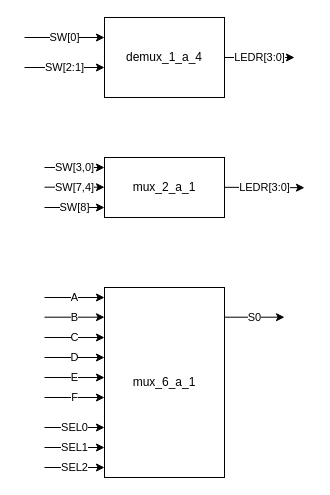
The draw.io diagram page "Muxes y Demuxes" (3 of 3) of media/Designs.drawio in carloszlopez/DigitalDesignClass, before the edit. Source tidied: cells renumbered, new cells numbered last; positions are measured from the earlier drawing's top-left corner, leaving out a move shared by most shapes. Both pictures are drawn from the tidied source at 100%, with x=0, y=0 at pixel (24, 17).
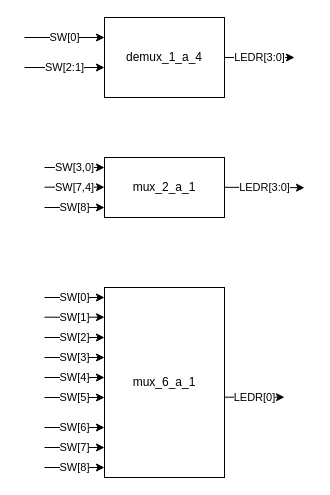
After the change.

Commit message (it also covers changes not shown here):
mux_6_a_1 cleanup. Missing logic gates diagrams.

Diff of the diagram source:
```diff
@@
-    <mxCell id="8" value="A" style="endArrow=classic;html=1;rounded=0;entryX=0;entryY=0.5;entryDx=0;entryDy=0;" parent="1" edge="1">
+    <mxCell id="8" value="SW[0]" style="endArrow=classic;html=1;rounded=0;entryX=0;entryY=0.5;entryDx=0;entryDy=0;" parent="1" edge="1">
       <mxGeometry relative="1" as="geometry">
         <mxPoint x="20" y="280" as="sourcePoint" />
         <mxPoint x="80" y="280" as="targetPoint" />
       </mxGeometry>
     </mxCell>
-    <mxCell id="9" value="B" style="endArrow=classic;html=1;rounded=0;entryX=0;entryY=0.5;entryDx=0;entryDy=0;" parent="1" edge="1">
+    <mxCell id="9" value="SW[1]" style="endArrow=classic;html=1;rounded=0;entryX=0;entryY=0.5;entryDx=0;entryDy=0;" parent="1" edge="1">
       <mxGeometry relative="1" as="geometry">
         <mxPoint x="20" y="299.7" as="sourcePoint" />
         <mxPoint x="80" y="299.7" as="targetPoint" />
       </mxGeometry>
     </mxCell>
-    <mxCell id="10" value="S0" style="endArrow=classic;html=1;rounded=0;entryX=0;entryY=0.5;entryDx=0;entryDy=0;" parent="1" edge="1">
+    <mxCell id="10" value="LEDR[0]" style="endArrow=classic;html=1;rounded=0;entryX=0;entryY=0.5;entryDx=0;entryDy=0;" parent="1" edge="1">
       <mxGeometry relative="1" as="geometry">
-        <mxPoint x="200" y="299.7" as="sourcePoint" />
-        <mxPoint x="260" y="299.7" as="targetPoint" />
+        <mxPoint x="200" y="379.7" as="sourcePoint" />
+        <mxPoint x="260" y="379.7" as="targetPoint" />
       </mxGeometry>
     </mxCell>
-    <mxCell id="11" value="SEL1" style="endArrow=classic;html=1;rounded=0;entryX=0;entryY=0.5;entryDx=0;entryDy=0;" parent="1" edge="1">
+    <mxCell id="11" value="SW[7]" style="endArrow=classic;html=1;rounded=0;entryX=0;entryY=0.5;entryDx=0;entryDy=0;" parent="1" edge="1">
       <mxGeometry relative="1" as="geometry">
         <mxPoint x="20" y="430" as="sourcePoint" />
         <mxPoint x="80" y="430" as="targetPoint" />
       </mxGeometry>
     </mxCell>
-    <mxCell id="12" value="C" style="endArrow=classic;html=1;rounded=0;entryX=0;entryY=0.5;entryDx=0;entryDy=0;" parent="1" edge="1">
+    <mxCell id="12" value="SW[2]" style="endArrow=classic;html=1;rounded=0;entryX=0;entryY=0.5;entryDx=0;entryDy=0;" parent="1" edge="1">
       <mxGeometry relative="1" as="geometry">
         <mxPoint x="20" y="320" as="sourcePoint" />
         <mxPoint x="80" y="320" as="targetPoint" />
       </mxGeometry>
     </mxCell>
-    <mxCell id="13" value="D" style="endArrow=classic;html=1;rounded=0;entryX=0;entryY=0.5;entryDx=0;entryDy=0;" parent="1" edge="1">
+    <mxCell id="13" value="SW[3]" style="endArrow=classic;html=1;rounded=0;entryX=0;entryY=0.5;entryDx=0;entryDy=0;" parent="1" edge="1">
       <mxGeometry relative="1" as="geometry">
         <mxPoint x="20" y="340" as="sourcePoint" />
         <mxPoint x="80" y="340" as="targetPoint" />
       </mxGeometry>
     </mxCell>
-    <mxCell id="14" value="E" style="endArrow=classic;html=1;rounded=0;entryX=0;entryY=0.5;entryDx=0;entryDy=0;" parent="1" edge="1">
+    <mxCell id="14" value="SW[4]" style="endArrow=classic;html=1;rounded=0;entryX=0;entryY=0.5;entryDx=0;entryDy=0;" parent="1" edge="1">
       <mxGeometry relative="1" as="geometry">
         <mxPoint x="20" y="360" as="sourcePoint" />
         <mxPoint x="80" y="360" as="targetPoint" />
       </mxGeometry>
     </mxCell>
-    <mxCell id="15" value="F" style="endArrow=classic;html=1;rounded=0;entryX=0;entryY=0.5;entryDx=0;entryDy=0;" parent="1" edge="1">
+    <mxCell id="15" value="SW[5]" style="endArrow=classic;html=1;rounded=0;entryX=0;entryY=0.5;entryDx=0;entryDy=0;" parent="1" edge="1">
       <mxGeometry relative="1" as="geometry">
         <mxPoint x="20" y="380" as="sourcePoint" />
         <mxPoint x="80" y="380" as="targetPoint" />
       </mxGeometry>
     </mxCell>
-    <mxCell id="16" value="SEL0" style="endArrow=classic;html=1;rounded=0;entryX=0;entryY=0.5;entryDx=0;entryDy=0;" parent="1" edge="1">
+    <mxCell id="16" value="SW[6]" style="endArrow=classic;html=1;rounded=0;entryX=0;entryY=0.5;entryDx=0;entryDy=0;" parent="1" edge="1">
       <mxGeometry relative="1" as="geometry">
         <mxPoint x="20" y="410" as="sourcePoint" />
         <mxPoint x="80" y="410" as="targetPoint" />
       </mxGeometry>
     </mxCell>
-    <mxCell id="17" value="SEL2" style="endArrow=classic;html=1;rounded=0;entryX=0;entryY=0.5;entryDx=0;entryDy=0;" parent="1" edge="1">
+    <mxCell id="17" value="SW[8]" style="endArrow=classic;html=1;rounded=0;entryX=0;entryY=0.5;entryDx=0;entryDy=0;" parent="1" edge="1">
       <mxGeometry relative="1" as="geometry">
         <mxPoint x="20" y="450" as="sourcePoint" />
         <mxPoint x="80" y="450" as="targetPoint" />
       </mxGeometry>
     </mxCell>
```
